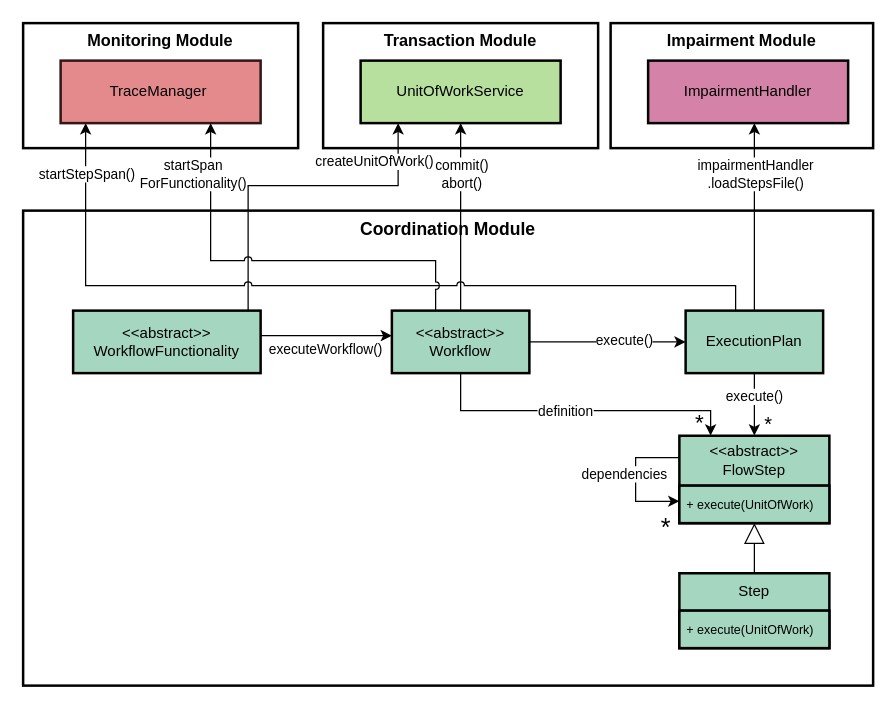
This is data/figs/architecture/layers/layers_coordination.drawio from socialsoftware/microservices-simulator, a draw.io file, before an edit. Source tidied: cells renumbered, new cells numbered last; positions are measured from the earlier drawing's top-left corner, leaving out a move shared by most shapes. Both pictures are drawn from the tidied source at 125%, with x=0, y=0 at pixel (22, 22).
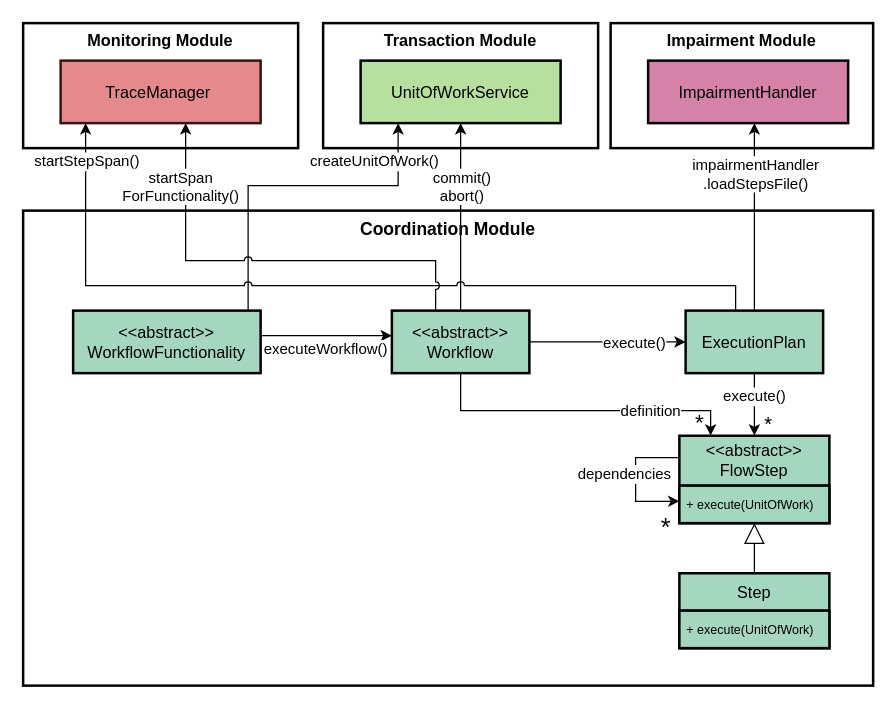
The same diagram, later.

The change refers to these unchanged cells:
```xml
<mxCell id="6" style="edgeStyle=orthogonalEdgeStyle;rounded=0;jettySize=auto;html=1;" parent="1" edge="1" source="8" target="36">
  <mxGeometry relative="1" as="geometry">
    <Array as="points">
      <mxPoint x="180" y="130" />
      <mxPoint x="300" y="130" />
    </Array>
  </mxGeometry>
</mxCell>
<mxCell id="9" style="edgeStyle=orthogonalEdgeStyle;rounded=0;jettySize=auto;html=1;" parent="1" edge="1" source="12" target="34">
  <mxGeometry relative="1" as="geometry" />
</mxCell>
<mxCell id="13" style="edgeStyle=orthogonalEdgeStyle;rounded=0;jettySize=auto;html=1;jumpStyle=arc;" parent="1" edge="1" source="20" target="12">
  <mxGeometry relative="1" as="geometry" />
</mxCell>
<mxCell id="15" style="edgeStyle=orthogonalEdgeStyle;rounded=0;jettySize=auto;html=1;jumpStyle=arc;" parent="1" edge="1" source="20" target="36">
  <mxGeometry relative="1" as="geometry">
    <Array as="points">
      <mxPoint x="350" y="210" />
      <mxPoint x="350" y="210" />
    </Array>
  </mxGeometry>
</mxCell>
<mxCell id="17" style="edgeStyle=orthogonalEdgeStyle;rounded=0;jettySize=auto;html=1;" parent="1" edge="1" source="20" target="34">
  <mxGeometry relative="1" as="geometry">
    <Array as="points">
      <mxPoint x="350" y="310" />
      <mxPoint x="550" y="310" />
    </Array>
  </mxGeometry>
</mxCell>
<mxCell id="21" style="startArrow=none;endArrow=classic;rounded=0;edgeStyle=orthogonalEdgeStyle;endFill=1;jumpStyle=arc;" parent="1" edge="1" source="8" target="20">
  <mxGeometry relative="1" as="geometry">
    <Array as="points">
      <mxPoint x="210" y="250" />
      <mxPoint x="210" y="250" />
    </Array>
  </mxGeometry>
</mxCell>
<mxCell id="23" style="startArrow=none;endArrow=classic;strokeWidth=1;rounded=0;edgeStyle=orthogonalEdgeStyle;endFill=1;jumpStyle=arc;" parent="1" edge="1" source="12" target="27">
  <mxGeometry relative="1" as="geometry">
    <Array as="points">
      <mxPoint x="590" y="250" />
    </Array>
  </mxGeometry>
</mxCell>
<mxCell id="25" style="startArrow=none;endArrow=classic;strokeWidth=1;rounded=0;edgeStyle=orthogonalEdgeStyle;endFill=1;jumpStyle=arc;" parent="1" edge="1" source="12" target="28">
  <mxGeometry relative="1" as="geometry">
    <Array as="points">
      <mxPoint x="570" y="210" />
      <mxPoint x="50" y="210" />
    </Array>
  </mxGeometry>
</mxCell>
<mxCell id="37" style="edgeStyle=orthogonalEdgeStyle;rounded=0;orthogonalLoop=1;jettySize=auto;html=1;elbow=vertical;exitX=0;exitY=0.25;exitDx=0;exitDy=0;entryX=0;entryY=0.75;entryDx=0;entryDy=0;" parent="1" edge="1" source="34" target="34">
  <mxGeometry relative="1" as="geometry">
    <Array as="points">
      <mxPoint x="490" y="347" />
      <mxPoint x="490" y="383" />
    </Array>
  </mxGeometry>
</mxCell>
```

Change to the diagram source:
```diff
@@
-    <mxCell id="7" value="createUnitOfWork()" style="edgeLabel;html=1;align=center;verticalAlign=middle;" parent="6" vertex="1">
+    <mxCell id="7" value="createUnitOfWork()" style="edgeLabel;html=1;align=center;verticalAlign=middle;fontSize=12;" parent="6" vertex="1">
       <mxGeometry x="0.25" y="-1" relative="1" as="geometry">
         <mxPoint x="31" y="-21" as="offset" />
       </mxGeometry>
     </mxCell>
-    <mxCell id="8" value="&lt;&lt;abstract&gt;&gt;&#10;WorkflowFunctionality" style="whiteSpace=wrap;strokeWidth=2;fillColor=#A5D6BF;strokeColor=#000000;" parent="1" vertex="1">
+    <mxCell id="8" value="&lt;&lt;abstract&gt;&gt;&#10;WorkflowFunctionality" style="whiteSpace=wrap;strokeWidth=2;fillColor=#A5D6BF;strokeColor=#000000;fontSize=13;" parent="1" vertex="1">
       <mxGeometry x="40" y="230" width="150" height="50" as="geometry" />
     </mxCell>
@@
-    <mxCell id="10" value="execute()" style="edgeLabel;html=1;align=center;verticalAlign=middle;" parent="9" vertex="1">
+    <mxCell id="10" value="execute()" style="edgeLabel;html=1;align=center;verticalAlign=middle;fontSize=12;" parent="9" vertex="1">
       <mxGeometry x="-0.28" y="-1" relative="1" as="geometry" />
     </mxCell>
@@
-    <mxCell id="12" value="ExecutionPlan" style="whiteSpace=wrap;strokeWidth=2;fillColor=#A5D6BF;strokeColor=#000000;" parent="1" vertex="1">
+    <mxCell id="12" value="ExecutionPlan" style="whiteSpace=wrap;strokeWidth=2;fillColor=#A5D6BF;strokeColor=#000000;fontSize=13;" parent="1" vertex="1">
       <mxGeometry x="530" y="230" width="110" height="50" as="geometry" />
     </mxCell>
@@
-    <mxCell id="14" value="&lt;div&gt;execute()&lt;/div&gt;" style="edgeLabel;html=1;align=center;verticalAlign=middle;" parent="13" vertex="1">
+    <mxCell id="14" value="&lt;div&gt;execute()&lt;/div&gt;" style="edgeLabel;html=1;align=center;verticalAlign=middle;fontSize=12;" parent="13" vertex="1">
       <mxGeometry relative="1" as="geometry">
-        <mxPoint x="12" y="-2" as="offset" />
+        <mxPoint x="20" as="offset" />
       </mxGeometry>
     </mxCell>
@@
-    <mxCell id="16" value="commit()&lt;div&gt;abort()&lt;/div&gt;" style="edgeLabel;html=1;align=center;verticalAlign=middle;" parent="15" vertex="1">
+    <mxCell id="16" value="commit()&lt;div&gt;abort()&lt;/div&gt;" style="edgeLabel;html=1;align=center;verticalAlign=middle;fontSize=12;" parent="15" vertex="1">
       <mxGeometry relative="1" as="geometry">
-        <mxPoint y="-35" as="offset" />
+        <mxPoint y="-25" as="offset" />
       </mxGeometry>
     </mxCell>
@@
-    <mxCell id="18" value="definition" style="edgeLabel;html=1;align=center;verticalAlign=middle;" parent="17" vertex="1">
+    <mxCell id="18" value="definition" style="edgeLabel;html=1;align=center;verticalAlign=middle;fontSize=12;" parent="17" vertex="1">
       <mxGeometry x="-0.1" y="-2" relative="1" as="geometry">
-        <mxPoint y="-2" as="offset" />
+        <mxPoint x="68" y="-2" as="offset" />
       </mxGeometry>
     </mxCell>
@@
-    <mxCell id="20" value="&lt;&lt;abstract&gt;&gt;&#10;Workflow" style="whiteSpace=wrap;strokeWidth=2;fillColor=#A5D6BF;strokeColor=#000000;" parent="1" vertex="1">
+    <mxCell id="20" value="&lt;&lt;abstract&gt;&gt;&#10;Workflow" style="whiteSpace=wrap;strokeWidth=2;fillColor=#A5D6BF;strokeColor=#000000;fontSize=13;" parent="1" vertex="1">
       <mxGeometry x="295" y="230" width="110" height="50" as="geometry" />
     </mxCell>
@@
-    <mxCell id="22" value="executeWorkflow()" style="edgeLabel;html=1;align=center;verticalAlign=middle;" parent="21" vertex="1">
+    <mxCell id="22" value="executeWorkflow()" style="edgeLabel;html=1;align=center;verticalAlign=middle;fontSize=12;" parent="21" vertex="1">
       <mxGeometry relative="1" as="geometry">
         <mxPoint x="-2" y="10" as="offset" />
       </mxGeometry>
     </mxCell>
@@
-    <mxCell id="24" value="impairmentHandler&lt;div&gt;.loadStepsFile()&lt;/div&gt;" style="edgeLabel;html=1;align=center;verticalAlign=middle;" parent="23" vertex="1">
+    <mxCell id="24" value="impairmentHandler&lt;div&gt;.loadStepsFile()&lt;/div&gt;" style="edgeLabel;html=1;align=center;verticalAlign=middle;fontSize=12;" parent="23" vertex="1">
       <mxGeometry relative="1" as="geometry">
         <mxPoint y="-35" as="offset" />
       </mxGeometry>
     </mxCell>
@@
-    <mxCell id="26" value="&lt;div&gt;startStepSpan()&lt;/div&gt;" style="edgeLabel;html=1;align=center;verticalAlign=middle;" parent="25" vertex="1">
+    <mxCell id="26" value="&lt;div&gt;startStepSpan()&lt;/div&gt;" style="edgeLabel;html=1;align=center;verticalAlign=middle;fontSize=12;" parent="25" vertex="1">
       <mxGeometry relative="1" as="geometry">
-        <mxPoint x="-205" y="-90" as="offset" />
+        <mxPoint x="-205" y="-100" as="offset" />
       </mxGeometry>
     </mxCell>
-    <mxCell id="27" value="ImpairmentHandler" style="whiteSpace=wrap;strokeWidth=2;fillColor=#D482A8;strokeColor=#050202;" parent="1" vertex="1">
+    <mxCell id="27" value="ImpairmentHandler" style="whiteSpace=wrap;strokeWidth=2;fillColor=#D482A8;strokeColor=#050202;fontSize=13;" parent="1" vertex="1">
       <mxGeometry x="500" y="30" width="160" height="50" as="geometry" />
     </mxCell>
-    <mxCell id="28" value="TraceManager " style="whiteSpace=wrap;strokeWidth=2;fillColor=#E58A8C;strokeColor=#331716;" parent="1" vertex="1">
+    <mxCell id="28" value="TraceManager " style="whiteSpace=wrap;strokeWidth=2;fillColor=#E58A8C;strokeColor=#331716;fontSize=13;" parent="1" vertex="1">
       <mxGeometry x="30" y="30" width="160" height="50" as="geometry" />
     </mxCell>
@@
     <mxCell id="30" style="edgeStyle=orthogonalEdgeStyle;rounded=0;jettySize=auto;html=1;strokeWidth=1;jumpStyle=arc;" parent="1" edge="1" source="20" target="28">
       <mxGeometry relative="1" as="geometry">
         <Array as="points">
           <mxPoint x="330" y="190" />
-          <mxPoint x="150" y="190" />
+          <mxPoint x="130" y="190" />
         </Array>
       </mxGeometry>
     </mxCell>
-    <mxCell id="31" value="&lt;div&gt;startSpan&lt;/div&gt;&lt;div&gt;ForFunctionality()&lt;/div&gt;" style="edgeLabel;html=1;align=center;verticalAlign=middle;" parent="30" vertex="1">
+    <mxCell id="31" value="&lt;div&gt;startSpan&lt;/div&gt;&lt;div&gt;ForFunctionality()&lt;/div&gt;" style="edgeLabel;html=1;align=center;verticalAlign=middle;fontSize=12;" parent="30" vertex="1">
       <mxGeometry relative="1" as="geometry">
-        <mxPoint x="-70" y="-70" as="offset" />
+        <mxPoint x="-70" y="-60" as="offset" />
       </mxGeometry>
     </mxCell>
-    <mxCell id="32" value="Step" style="swimlane;fontStyle=0;horizontal=1;startSize=30;whiteSpace=wrap;html=1;strokeWidth=2;fillColor=#A5D6BF;" parent="1" vertex="1">
+    <mxCell id="32" value="Step" style="swimlane;fontStyle=0;horizontal=1;startSize=30;whiteSpace=wrap;html=1;strokeWidth=2;fillColor=#A5D6BF;fontSize=13;" parent="1" vertex="1">
       <mxGeometry x="525" y="440" width="120" height="60" as="geometry" />
     </mxCell>
@@
-    <mxCell id="34" value="&amp;lt;&amp;lt;abstract&amp;gt;&amp;gt;&lt;div&gt;FlowStep&lt;/div&gt;" style="swimlane;fontStyle=0;horizontal=1;startSize=40;whiteSpace=wrap;html=1;strokeWidth=2;fillColor=#A5D6BF;" parent="1" vertex="1">
+    <mxCell id="34" value="&amp;lt;&amp;lt;abstract&amp;gt;&amp;gt;&lt;div&gt;FlowStep&lt;/div&gt;" style="swimlane;fontStyle=0;horizontal=1;startSize=40;whiteSpace=wrap;html=1;strokeWidth=2;fillColor=#A5D6BF;fontSize=13;" parent="1" vertex="1">
       <mxGeometry x="525" y="330" width="120" height="70" as="geometry" />
     </mxCell>
@@
-    <mxCell id="36" value="UnitOfWorkService" style="whiteSpace=wrap;strokeWidth=2;fillColor=#B7DF9E;strokeColor=default;" parent="1" vertex="1">
+    <mxCell id="36" value="UnitOfWorkService" style="whiteSpace=wrap;strokeWidth=2;fillColor=#B7DF9E;strokeColor=default;fontSize=13;" parent="1" vertex="1">
       <mxGeometry x="270" y="30" width="160" height="50" as="geometry" />
     </mxCell>
@@
-    <mxCell id="38" value="dependencies" style="edgeLabel;html=1;align=center;verticalAlign=middle;" parent="37" vertex="1">
+    <mxCell id="38" value="dependencies" style="edgeLabel;html=1;align=center;verticalAlign=middle;fontSize=12;" parent="37" vertex="1">
       <mxGeometry x="0.05" y="1" relative="1" as="geometry">
         <mxPoint x="-11" y="-7" as="offset" />
       </mxGeometry>
     </mxCell>
```
